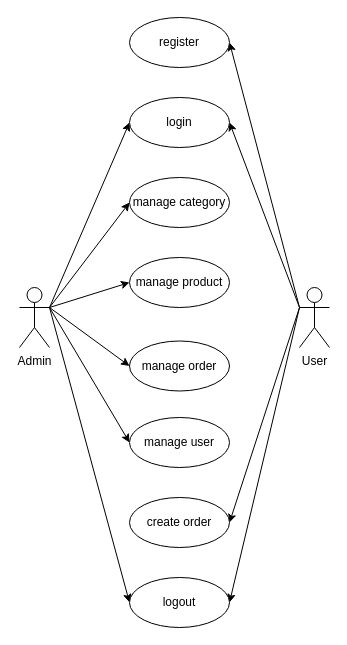
The draw.io diagram page "useCase" (1 of 2) of umlTechTest.drawio in dzikfr/technical-test-eduwork, before the edit. Source tidied: cells renumbered, new cells numbered last; positions are measured from the earlier drawing's top-left corner, leaving out a move shared by most shapes. Both pictures are drawn from the tidied source at 100%, with x=0, y=0 at pixel (19, 17).
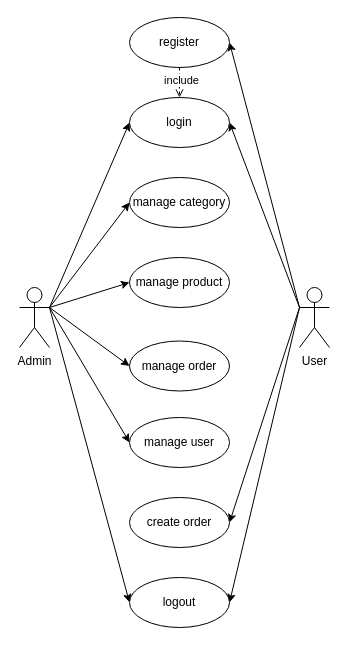
Above is the later version.

Commit message:
Update activity auth

The change refers to these unchanged cells:
```xml
<mxCell id="14" value="register" style="ellipse;whiteSpace=wrap;html=1;" parent="1" vertex="1">
  <mxGeometry x="110" width="100" height="50" as="geometry" />
</mxCell>
```

The edit, as a diff of the source:
```diff
@@
+    <mxCell id="22" style="html=1;verticalAlign=bottom;labelBackgroundColor=none;endArrow=open;endFill=0;dashed=1;rounded=0;exitX=0.5;exitY=1;exitDx=0;exitDy=0;" parent="1" edge="1" source="14">
+      <mxGeometry x="1" relative="1" as="geometry">
+        <mxPoint x="160" y="80" as="targetPoint" />
+      </mxGeometry>
+    </mxCell>
+    <mxCell id="23" value="include" style="edgeLabel;html=1;align=center;verticalAlign=middle;" parent="22" vertex="1">
+      <mxGeometry x="-0.23" y="1" relative="1" as="geometry" />
+    </mxCell>
```
